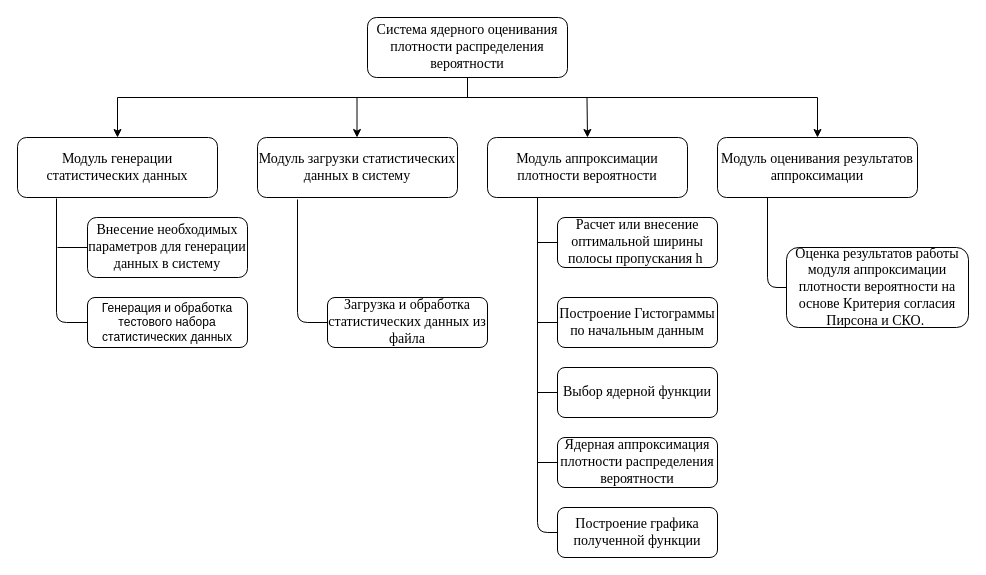
Above: page "Page-1" (1 of 4) of Untitled Diagram.drawio in RostislavOl/schemas (draw.io), before the change. Source tidied: cells renumbered, new cells numbered last; positions are measured from the earlier drawing's top-left corner, leaving out a move shared by most shapes. Both pictures are drawn from the tidied source at 100%, with x=0, y=0 at pixel (17, 17).
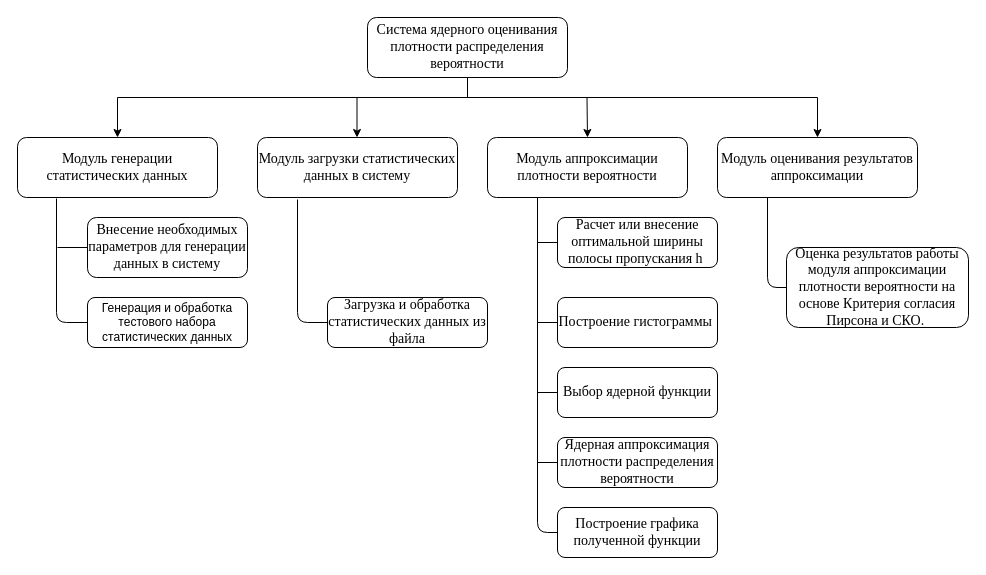
The same diagram, later.

Diff of the diagram source:
```diff
@@
-    <mxCell id="20" value="&lt;font face=&quot;Times New Roman&quot; style=&quot;font-size: 14px&quot;&gt;Построение Гистограммы по начальным данным&lt;/font&gt;" style="rounded=1;whiteSpace=wrap;html=1;" parent="1" vertex="1">
+    <mxCell id="20" value="&lt;font face=&quot;Times New Roman&quot; style=&quot;font-size: 14px&quot;&gt;Построение гистограммы&amp;nbsp;&lt;/font&gt;" style="rounded=1;whiteSpace=wrap;html=1;" parent="1" vertex="1">
       <mxGeometry x="540" y="280" width="160" height="50" as="geometry" />
     </mxCell>
```
